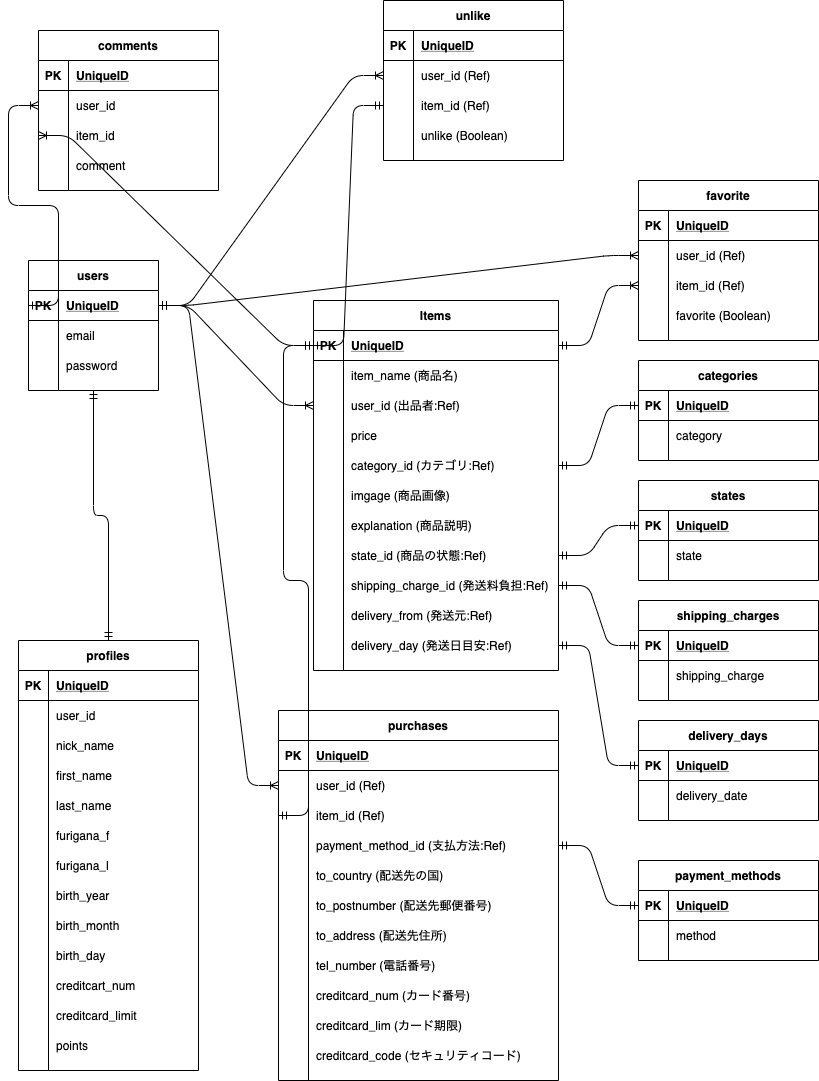
Above: app/assets/images/ER図.png in f-mio/furima-32852 (draw.io), before the change. Source tidied: cells renumbered, new cells last; positions are measured from the earlier drawing's top-left corner, leaving out a move shared by most shapes.
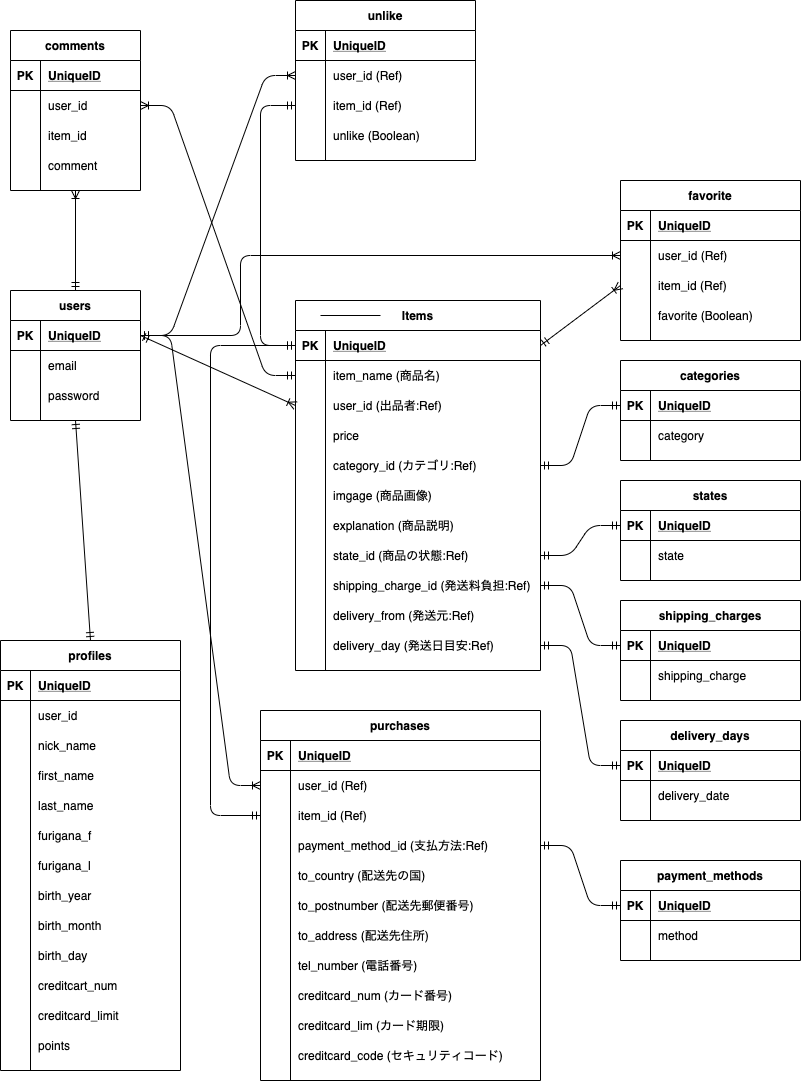
The same file after the commit.

Commit message:
ER図のラインを見やすく変更

Change to the diagram source:
```diff
@@ -3,7 +3,7 @@
     <mxCell id="0" />
     <mxCell id="1" parent="0" />
     <mxCell id="2" value="users" style="shape=table;startSize=30;rowLines=0;fontStyle=1;align=center;" parent="1" vertex="1">
-      <mxGeometry x="10" y="260" width="130" height="130" as="geometry" />
+      <mxGeometry x="10" y="290" width="130" height="130" as="geometry" />
     </mxCell>
     <mxCell id="3" style="shape=partialRectangle;fillColor=none;top=0;left=0;bottom=1;right=0;points=[[0,0.5],[1,0.5]];portConstraint=eastwest;" parent="2" vertex="1">
       <mxGeometry y="30" width="130" height="30" as="geometry" />
@@ -152,7 +152,7 @@
     <mxCell id="51" value="points" style="shape=partialRectangle;fillColor=none;top=0;left=0;bottom=0;right=0;align=left;spacingLeft=6;overflow=hidden;" parent="49" vertex="1">
       <mxGeometry x="30" width="150" height="30" as="geometry" />
     </mxCell>
-    <mxCell id="52" style="fontSize=12;html=1;endArrow=ERmandOne;startArrow=ERmandOne;entryX=0.5;entryY=1;entryDx=0;entryDy=0;exitX=0.5;exitY=0;exitDx=0;exitDy=0;edgeStyle=elbowEdgeStyle;elbow=vertical;" parent="1" edge="1" source="12" target="2">
+    <mxCell id="52" style="fontSize=12;html=1;endArrow=ERmandOne;startArrow=ERmandOne;entryX=0.5;entryY=1;entryDx=0;entryDy=0;exitX=0.5;exitY=0;exitDx=0;exitDy=0;elbow=vertical;" parent="1" edge="1" source="12" target="2">
       <mxGeometry relative="1" as="geometry" />
     </mxCell>
     <mxCell id="53" value="Items" style="shape=table;startSize=30;rowLines=0;fontStyle=1;align=center;" parent="1" vertex="1">
@@ -402,43 +402,43 @@
       <mxGeometry x="30" width="250" height="30" as="geometry" />
     </mxCell>
     <mxCell id="135" value="comments" style="shape=table;startSize=30;rowLines=0;fontStyle=1;align=center;" parent="1" vertex="1">
-      <mxGeometry x="20" y="30" width="180" height="160" as="geometry" />
+      <mxGeometry x="10" y="30" width="130" height="160" as="geometry" />
     </mxCell>
     <mxCell id="136" style="shape=partialRectangle;fillColor=none;top=0;left=0;bottom=1;right=0;" parent="135" vertex="1">
-      <mxGeometry y="30" width="180" height="30" as="geometry" />
+      <mxGeometry y="30" width="130" height="30" as="geometry" />
     </mxCell>
     <mxCell id="137" value="PK" style="shape=partialRectangle;fillColor=none;top=0;left=0;bottom=0;right=0;fontStyle=1;overflow=hidden;" parent="136" vertex="1">
       <mxGeometry width="30" height="30" as="geometry" />
     </mxCell>
     <mxCell id="138" value="UniqueID" style="shape=partialRectangle;fillColor=none;top=0;left=0;bottom=0;right=0;align=left;spacingLeft=6;fontStyle=5;overflow=hidden;" parent="136" vertex="1">
-      <mxGeometry x="30" width="150" height="30" as="geometry" />
+      <mxGeometry x="30" width="100" height="30" as="geometry" />
     </mxCell>
     <mxCell id="139" style="shape=partialRectangle;fillColor=none;top=0;left=0;bottom=0;right=0;points=[[0,0.5],[1,0.5]];portConstraint=eastwest;" parent="135" vertex="1">
-      <mxGeometry y="60" width="180" height="30" as="geometry" />
+      <mxGeometry y="60" width="130" height="30" as="geometry" />
     </mxCell>
     <mxCell id="140" style="shape=partialRectangle;fillColor=none;top=0;left=0;bottom=0;right=0;overflow=hidden;" parent="139" vertex="1">
       <mxGeometry width="30" height="30" as="geometry" />
     </mxCell>
     <mxCell id="141" value="user_id" style="shape=partialRectangle;fillColor=none;top=0;left=0;bottom=0;right=0;align=left;spacingLeft=6;overflow=hidden;" parent="139" vertex="1">
-      <mxGeometry x="30" width="150" height="30" as="geometry" />
+      <mxGeometry x="30" width="100" height="30" as="geometry" />
     </mxCell>
     <mxCell id="142" style="shape=partialRectangle;fillColor=none;top=0;left=0;bottom=0;right=0;points=[[0,0.5],[1,0.5]];portConstraint=eastwest;" parent="135" vertex="1">
-      <mxGeometry y="90" width="180" height="30" as="geometry" />
+      <mxGeometry y="90" width="130" height="30" as="geometry" />
     </mxCell>
     <mxCell id="143" style="shape=partialRectangle;fillColor=none;top=0;left=0;bottom=0;right=0;overflow=hidden;" parent="142" vertex="1">
       <mxGeometry width="30" height="30" as="geometry" />
     </mxCell>
     <mxCell id="144" value="item_id" style="shape=partialRectangle;fillColor=none;top=0;left=0;bottom=0;right=0;align=left;spacingLeft=6;overflow=hidden;" parent="142" vertex="1">
-      <mxGeometry x="30" width="150" height="30" as="geometry" />
+      <mxGeometry x="30" width="100" height="30" as="geometry" />
     </mxCell>
     <mxCell id="145" style="shape=partialRectangle;fillColor=none;top=0;left=0;bottom=0;right=0;" parent="135" vertex="1">
-      <mxGeometry y="120" width="180" height="30" as="geometry" />
+      <mxGeometry y="120" width="130" height="30" as="geometry" />
     </mxCell>
     <mxCell id="146" style="shape=partialRectangle;fillColor=none;top=0;left=0;bottom=0;right=0;overflow=hidden;" parent="145" vertex="1">
       <mxGeometry width="30" height="30" as="geometry" />
     </mxCell>
     <mxCell id="147" value="comment" style="shape=partialRectangle;fillColor=none;top=0;left=0;bottom=0;right=0;align=left;spacingLeft=6;overflow=hidden;" parent="145" vertex="1">
-      <mxGeometry x="30" width="150" height="30" as="geometry" />
+      <mxGeometry x="30" width="100" height="30" as="geometry" />
     </mxCell>
     <mxCell id="148" value="favorite" style="shape=table;startSize=30;rowLines=0;fontStyle=1;align=center;" parent="1" vertex="1">
       <mxGeometry x="620" y="180" width="180" height="160" as="geometry" />
@@ -480,7 +480,7 @@
       <mxGeometry x="30" width="150" height="30" as="geometry" />
     </mxCell>
     <mxCell id="161" value="unlike" style="shape=table;startSize=30;rowLines=0;fontStyle=1;align=center;" parent="1" vertex="1">
-      <mxGeometry x="365" width="180" height="160" as="geometry" />
+      <mxGeometry x="295" width="180" height="160" as="geometry" />
     </mxCell>
     <mxCell id="162" style="shape=partialRectangle;fillColor=none;top=0;left=0;bottom=1;right=0;" parent="161" vertex="1">
       <mxGeometry y="30" width="180" height="30" as="geometry" />
@@ -518,7 +518,7 @@
     <mxCell id="173" value="unlike (Boolean)" style="shape=partialRectangle;fillColor=none;top=0;left=0;bottom=0;right=0;align=left;spacingLeft=6;overflow=hidden;" parent="171" vertex="1">
       <mxGeometry x="30" width="150" height="30" as="geometry" />
     </mxCell>
-    <mxCell id="174" style="edgeStyle=entityRelationEdgeStyle;fontSize=12;html=1;endArrow=ERoneToMany;startArrow=ERmandOne;exitX=1;exitY=0.5;exitDx=0;exitDy=0;" parent="1" edge="1" source="3" target="60">
+    <mxCell id="174" style="fontSize=12;html=1;endArrow=ERoneToMany;startArrow=ERmandOne;exitX=1;exitY=0.5;exitDx=0;exitDy=0;entryX=0;entryY=0.5;entryDx=0;entryDy=0;" parent="1" edge="1" source="3" target="60">
       <mxGeometry relative="1" as="geometry" />
     </mxCell>
     <mxCell id="175" style="edgeStyle=entityRelationEdgeStyle;fontSize=12;html=1;endArrow=ERmandOne;startArrow=ERmandOne;exitX=1;exitY=0.5;exitDx=0;exitDy=0;entryX=0;entryY=0.5;entryDx=0;entryDy=0;" parent="1" edge="1" source="75" target="88">
@@ -572,16 +572,21 @@
     <mxCell id="191" style="edgeStyle=entityRelationEdgeStyle;fontSize=12;html=1;endArrow=ERmandOne;startArrow=ERmandOne;exitX=1;exitY=0.5;exitDx=0;exitDy=0;entryX=0;entryY=0.5;entryDx=0;entryDy=0;" parent="1" edge="1" source="84" target="95">
       <mxGeometry relative="1" as="geometry" />
     </mxCell>
-    <mxCell id="192" style="edgeStyle=entityRelationEdgeStyle;fontSize=12;html=1;endArrow=ERoneToMany;startArrow=ERmandOne;entryX=0;entryY=0.5;entryDx=0;entryDy=0;exitX=1;exitY=0.5;exitDx=0;exitDy=0;" parent="1" edge="1" source="54" target="155">
+    <mxCell id="192" style="fontSize=12;html=1;endArrow=ERoneToMany;startArrow=ERmandOne;entryX=0;entryY=0.5;entryDx=0;entryDy=0;exitX=1;exitY=0.5;exitDx=0;exitDy=0;" parent="1" edge="1" source="54" target="155">
       <mxGeometry relative="1" as="geometry" />
     </mxCell>
-    <mxCell id="193" style="edgeStyle=entityRelationEdgeStyle;fontSize=12;html=1;endArrow=ERoneToMany;startArrow=ERmandOne;entryX=0;entryY=0.5;entryDx=0;entryDy=0;exitX=1;exitY=0.5;exitDx=0;exitDy=0;" parent="1" edge="1" source="3" target="152">
-      <mxGeometry relative="1" as="geometry" />
+    <mxCell id="193" style="edgeStyle=orthogonalEdgeStyle;fontSize=12;html=1;endArrow=ERoneToMany;startArrow=ERmandOne;entryX=0;entryY=0.5;entryDx=0;entryDy=0;exitX=1;exitY=0.5;exitDx=0;exitDy=0;" parent="1" edge="1" source="3" target="152">
+      <mxGeometry relative="1" as="geometry">
+        <Array as="points">
+          <mxPoint x="240" y="335" />
+          <mxPoint x="240" y="255" />
+        </Array>
+      </mxGeometry>
     </mxCell>
-    <mxCell id="194" style="edgeStyle=entityRelationEdgeStyle;fontSize=12;html=1;endArrow=ERoneToMany;startArrow=ERmandOne;entryX=0;entryY=0.5;entryDx=0;entryDy=0;exitX=0;exitY=0.5;exitDx=0;exitDy=0;" parent="1" edge="1" source="3" target="139">
+    <mxCell id="194" style="fontSize=12;html=1;endArrow=ERoneToMany;startArrow=ERmandOne;entryX=0.5;entryY=1;entryDx=0;entryDy=0;exitX=0.5;exitY=0;exitDx=0;exitDy=0;" parent="1" edge="1" source="2" target="135">
       <mxGeometry relative="1" as="geometry" />
     </mxCell>
-    <mxCell id="195" style="edgeStyle=entityRelationEdgeStyle;fontSize=12;html=1;endArrow=ERoneToMany;startArrow=ERmandOne;entryX=0;entryY=0.5;entryDx=0;entryDy=0;exitX=0;exitY=0.5;exitDx=0;exitDy=0;" parent="1" edge="1" source="54" target="142">
+    <mxCell id="195" style="edgeStyle=entityRelationEdgeStyle;fontSize=12;html=1;endArrow=ERoneToMany;startArrow=ERmandOne;entryX=1;entryY=0.5;entryDx=0;entryDy=0;exitX=0;exitY=0.5;exitDx=0;exitDy=0;" parent="1" edge="1" source="57" target="139">
       <mxGeometry relative="1" as="geometry" />
     </mxCell>
     <mxCell id="196" value="shipping_charges" style="shape=table;startSize=30;rowLines=0;fontStyle=1;align=center;" parent="1" vertex="1">
@@ -611,17 +616,30 @@
     <mxCell id="204" style="edgeStyle=entityRelationEdgeStyle;fontSize=12;html=1;endArrow=ERoneToMany;startArrow=ERmandOne;exitX=1;exitY=0.5;exitDx=0;exitDy=0;entryX=0;entryY=0.5;entryDx=0;entryDy=0;" parent="1" edge="1" source="3" target="105">
       <mxGeometry relative="1" as="geometry" />
     </mxCell>
-    <mxCell id="205" style="edgeStyle=entityRelationEdgeStyle;fontSize=12;html=1;endArrow=ERmandOne;startArrow=ERmandOne;exitX=0;exitY=0.5;exitDx=0;exitDy=0;entryX=0;entryY=0.5;entryDx=0;entryDy=0;" parent="1" edge="1" source="108" target="54">
-      <mxGeometry relative="1" as="geometry" />
+    <mxCell id="205" style="edgeStyle=orthogonalEdgeStyle;fontSize=12;html=1;endArrow=ERmandOne;startArrow=ERmandOne;exitX=0;exitY=0.5;exitDx=0;exitDy=0;entryX=0;entryY=0.5;entryDx=0;entryDy=0;" parent="1" edge="1" source="108" target="54">
+      <mxGeometry relative="1" as="geometry">
+        <Array as="points">
+          <mxPoint x="210" y="815" />
+          <mxPoint x="210" y="345" />
+        </Array>
+      </mxGeometry>
     </mxCell>
     <mxCell id="206" style="edgeStyle=entityRelationEdgeStyle;fontSize=12;html=1;endArrow=ERmandOne;startArrow=ERmandOne;entryX=0;entryY=0.5;entryDx=0;entryDy=0;" parent="1" edge="1" source="111" target="184">
       <mxGeometry relative="1" as="geometry" />
     </mxCell>
-    <mxCell id="207" style="edgeStyle=entityRelationEdgeStyle;fontSize=12;html=1;endArrow=ERmandOne;startArrow=ERmandOne;exitX=0;exitY=0.5;exitDx=0;exitDy=0;entryX=0;entryY=0.5;entryDx=0;entryDy=0;" parent="1" edge="1" source="54" target="168">
-      <mxGeometry relative="1" as="geometry" />
+    <mxCell id="207" style="edgeStyle=orthogonalEdgeStyle;fontSize=12;html=1;endArrow=ERmandOne;startArrow=ERmandOne;exitX=0;exitY=0.5;exitDx=0;exitDy=0;entryX=0;entryY=0.5;entryDx=0;entryDy=0;" parent="1" edge="1" source="54" target="168">
+      <mxGeometry relative="1" as="geometry">
+        <Array as="points">
+          <mxPoint x="260" y="345" />
+          <mxPoint x="260" y="105" />
+        </Array>
+      </mxGeometry>
     </mxCell>
     <mxCell id="208" style="edgeStyle=entityRelationEdgeStyle;fontSize=12;html=1;endArrow=ERoneToMany;startArrow=ERmandOne;exitX=1;exitY=0.5;exitDx=0;exitDy=0;entryX=0;entryY=0.5;entryDx=0;entryDy=0;" parent="1" edge="1" source="3" target="165">
       <mxGeometry relative="1" as="geometry" />
     </mxCell>
+    <mxCell id="209" style="line;strokeWidth=1;dashed=0;labelPosition=right;align=left;verticalAlign=middle;spacingTop=0;spacingLeft=6;" parent="1" vertex="1">
+      <mxGeometry x="320" y="310" width="60" height="10" as="geometry" />
+    </mxCell>
   </root>
 </mxGraphModel>
```
